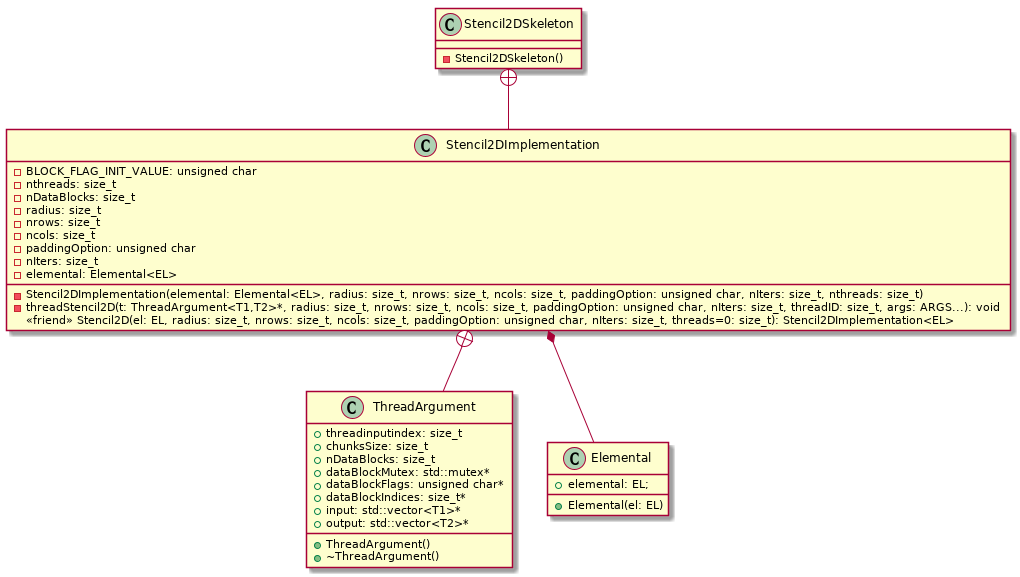
shengsli/shengsli.github.io keeps this PlantUML diagram as ed/stencil/uml/stencil2d.png. Above is the earlier version.
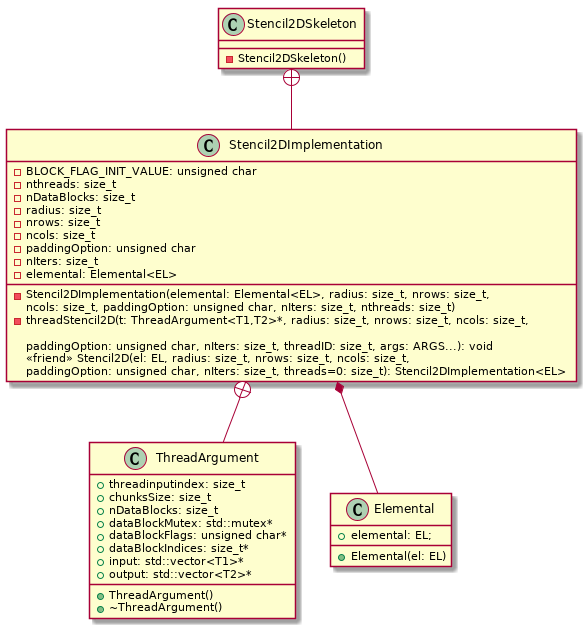
After the commit.

The edit, as a diff of the source:
```diff
@@ -12,9 +12,13 @@
 - paddingOption: unsigned char
 - nIters: size_t
 - elemental: Elemental<EL>
-- Stencil2DImplementation(elemental: Elemental<EL>, radius: size_t, nrows: size_t, ncols: size_t, paddingOption: unsigned char, nIters: size_t, nthreads: size_t)
-- threadStencil2D(t: ThreadArgument<T1,T2>*, radius: size_t, nrows: size_t, ncols: size_t, paddingOption: unsigned char, nIters: size_t, threadID: size_t, args: ARGS...): void
-<<friend>> Stencil2D(el: EL, radius: size_t, nrows: size_t, ncols: size_t, paddingOption: unsigned char, nIters: size_t, threads=0: size_t): Stencil2DImplementation<EL>
+- Stencil2DImplementation(elemental: Elemental<EL>, radius: size_t, nrows: size_t,
+ncols: size_t, paddingOption: unsigned char, nIters: size_t, nthreads: size_t)
+- threadStencil2D(t: ThreadArgument<T1,T2>*, radius: size_t, nrows: size_t, ncols: size_t,
+
+paddingOption: unsigned char, nIters: size_t, threadID: size_t, args: ARGS...): void
+<<friend>> Stencil2D(el: EL, radius: size_t, nrows: size_t, ncols: size_t,
+paddingOption: unsigned char, nIters: size_t, threads=0: size_t): Stencil2DImplementation<EL>
 }
 class ThreadArgument {
 + threadinputindex: size_t
```
